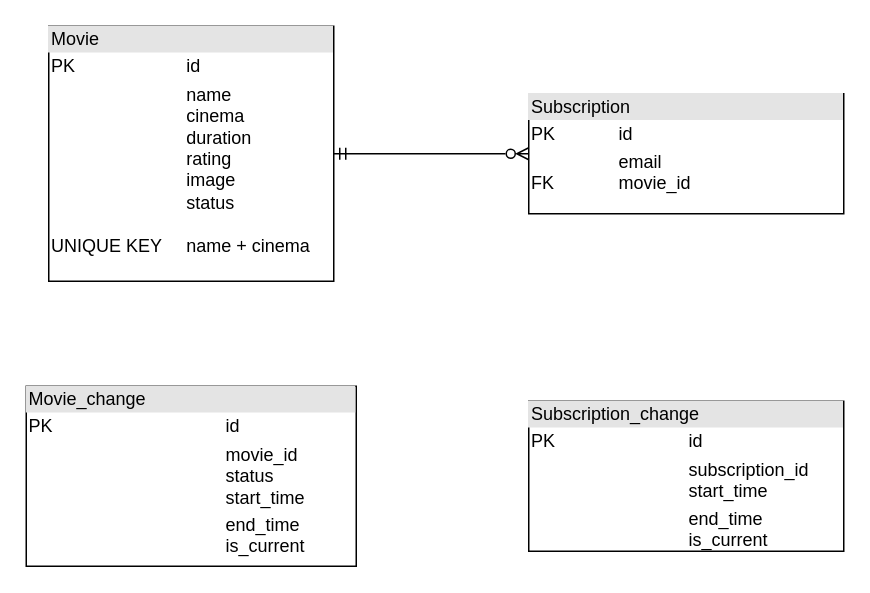
Before: graph/schema.drawio in harrison-yck/data-engineering, a draw.io diagram. Source tidied: cells renumbered, new cells numbered last; positions are measured from the earlier drawing's top-left corner, leaving out a move shared by most shapes. Both pictures are drawn from the tidied source at 150%, with x=0, y=0 at pixel (26, 26).
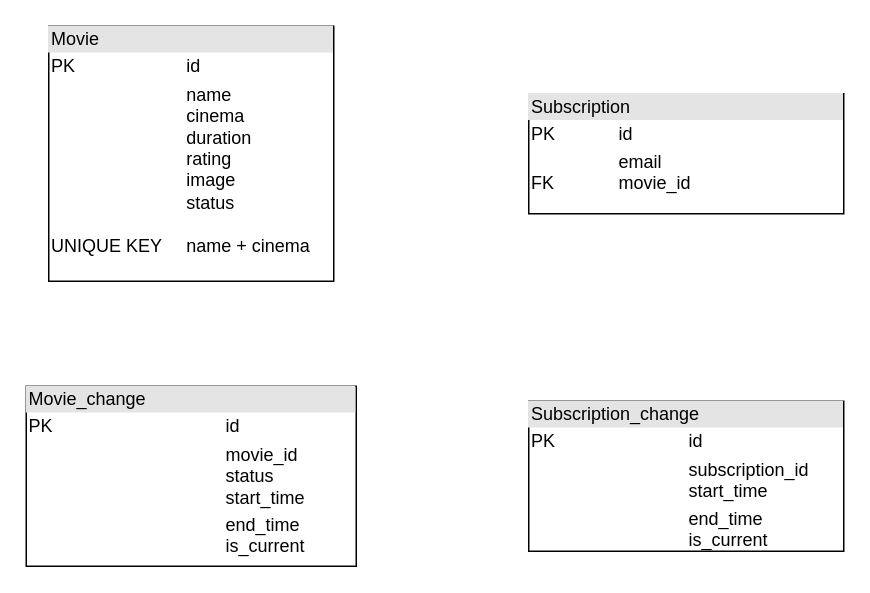
The same diagram, later.

The edit, as a diff of the source:
```diff
@@
 <mxGraphModel>
   <root>
     <mxCell id="0" />
     <mxCell id="1" parent="0" />
-    <mxCell id="2" style="edgeStyle=orthogonalEdgeStyle;rounded=0;jettySize=auto;html=1;entryX=1;entryY=0.5;entryDx=0;entryDy=0;endArrow=ERmandOne;endFill=0;startArrow=ERzeroToMany;startFill=0;" parent="1" edge="1" source="3" target="4">
-      <mxGeometry relative="1" as="geometry" />
-    </mxCell>
     <mxCell id="3" value="&lt;div style=&quot;box-sizing:border-box;width:100%;background:#e4e4e4;padding:2px;&quot;&gt;Subscription&lt;/div&gt;&lt;table style=&quot;width:100%;font-size:1em;&quot; cellpadding=&quot;2&quot; cellspacing=&quot;0&quot;&gt;&lt;tbody&gt;&lt;tr&gt;&lt;td&gt;PK&lt;/td&gt;&lt;td&gt;id&lt;/td&gt;&lt;/tr&gt;&lt;tr&gt;&lt;td&gt;FK&lt;br&gt;&lt;/td&gt;&lt;td&gt;email&lt;br&gt;movie_id&lt;br&gt;&lt;br&gt;&lt;/td&gt;&lt;/tr&gt;&lt;tr&gt;&lt;td&gt;&lt;/td&gt;&lt;td&gt;&lt;br&gt;&lt;/td&gt;&lt;/tr&gt;&lt;/tbody&gt;&lt;/table&gt;" style="verticalAlign=top;align=left;overflow=fill;html=1;" parent="1" vertex="1">
       <mxGeometry x="335" y="45" width="210" height="80" as="geometry" />
     </mxCell>
     <mxCell id="4" value="&lt;div style=&quot;box-sizing:border-box;width:100%;background:#e4e4e4;padding:2px;&quot;&gt;Movie&lt;/div&gt;&lt;table style=&quot;width:100%;font-size:1em;&quot; cellpadding=&quot;2&quot; cellspacing=&quot;0&quot;&gt;&lt;tbody&gt;&lt;tr&gt;&lt;td&gt;PK&lt;/td&gt;&lt;td&gt;id&lt;/td&gt;&lt;/tr&gt;&lt;tr&gt;&lt;td&gt;&lt;br&gt;&lt;br&gt;&lt;br&gt;&lt;br&gt;&lt;br&gt;&lt;br&gt;&lt;br&gt;UNIQUE KEY&lt;/td&gt;&lt;td&gt;name&lt;br&gt;cinema&lt;br&gt;duration&lt;br&gt;rating&lt;br&gt;image&lt;br&gt;status&lt;br&gt;&lt;br&gt;name + cinema&lt;/td&gt;&lt;/tr&gt;&lt;tr&gt;&lt;td&gt;&lt;/td&gt;&lt;td&gt;&lt;br&gt;&lt;br&gt;&lt;/td&gt;&lt;/tr&gt;&lt;/tbody&gt;&lt;/table&gt;" style="verticalAlign=top;align=left;overflow=fill;html=1;" parent="1" vertex="1">
       <mxGeometry x="15" width="190" height="170" as="geometry" />
     </mxCell>
     <mxCell id="5" value="&lt;div style=&quot;box-sizing:border-box;width:100%;background:#e4e4e4;padding:2px;&quot;&gt;Subscription_change&lt;/div&gt;&lt;table style=&quot;width:100%;font-size:1em;&quot; cellpadding=&quot;2&quot; cellspacing=&quot;0&quot;&gt;&lt;tbody&gt;&lt;tr&gt;&lt;td&gt;PK&lt;/td&gt;&lt;td&gt;id&lt;/td&gt;&lt;/tr&gt;&lt;tr&gt;&lt;td&gt;&lt;br&gt;&lt;/td&gt;&lt;td&gt;subscription_id&lt;br&gt;start_time&lt;/td&gt;&lt;/tr&gt;&lt;tr&gt;&lt;td&gt;&lt;span style=&quot;white-space: pre;&quot;&gt;&#9;&lt;/span&gt;&lt;span style=&quot;white-space: pre;&quot;&gt;&#9;&lt;span style=&quot;white-space: pre;&quot;&gt;&#9;&lt;/span&gt;&lt;/span&gt;&lt;/td&gt;&lt;td&gt;end_time&lt;br&gt;is_current&lt;/td&gt;&lt;/tr&gt;&lt;/tbody&gt;&lt;/table&gt;" style="verticalAlign=top;align=left;overflow=fill;html=1;" parent="1" vertex="1">
       <mxGeometry x="335" y="250" width="210" height="100" as="geometry" />
     </mxCell>
     <mxCell id="6" value="&lt;div style=&quot;box-sizing:border-box;width:100%;background:#e4e4e4;padding:2px;&quot;&gt;Movie_change&lt;/div&gt;&lt;table style=&quot;width:100%;font-size:1em;&quot; cellpadding=&quot;2&quot; cellspacing=&quot;0&quot;&gt;&lt;tbody&gt;&lt;tr&gt;&lt;td&gt;PK&lt;/td&gt;&lt;td&gt;id&lt;/td&gt;&lt;/tr&gt;&lt;tr&gt;&lt;td&gt;&lt;br&gt;&lt;/td&gt;&lt;td&gt;movie_id&lt;br&gt;status&lt;br&gt;start_time&lt;/td&gt;&lt;/tr&gt;&lt;tr&gt;&lt;td&gt;&lt;span style=&quot;white-space: pre;&quot;&gt;&#9;&lt;/span&gt;&lt;span style=&quot;white-space: pre;&quot;&gt;&#9;&lt;span style=&quot;white-space: pre;&quot;&gt;&#9;&lt;/span&gt;&lt;/span&gt;&lt;/td&gt;&lt;td&gt;end_time&lt;br&gt;is_current&lt;/td&gt;&lt;/tr&gt;&lt;/tbody&gt;&lt;/table&gt;" style="verticalAlign=top;align=left;overflow=fill;html=1;" parent="1" vertex="1">
       <mxGeometry y="240" width="220" height="120" as="geometry" />
     </mxCell>
   </root>
 </mxGraphModel>
```
